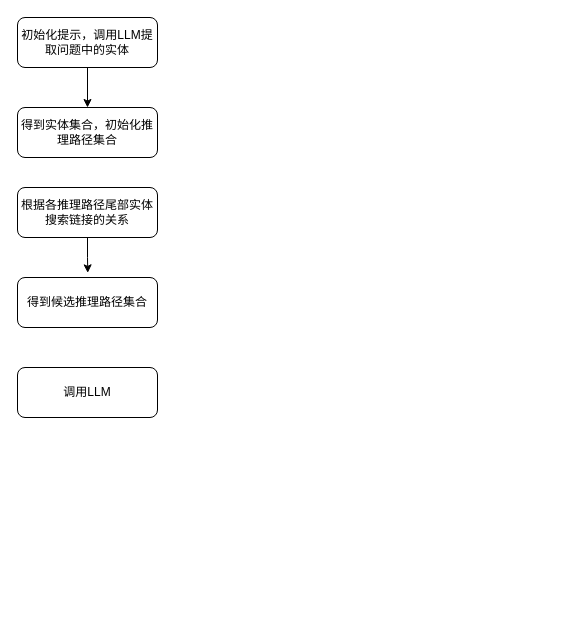
This is page "第 2 页" (2 of 2) of 航电专利1.drawio from fydgmy/jubilant-potato, a draw.io file, before an edit. Source tidied: cells renumbered, new cells numbered last; positions are measured from the earlier drawing's top-left corner, leaving out a move shared by most shapes. Both pictures are drawn from the tidied source at 100%, with x=0, y=0 at pixel (17, 17).
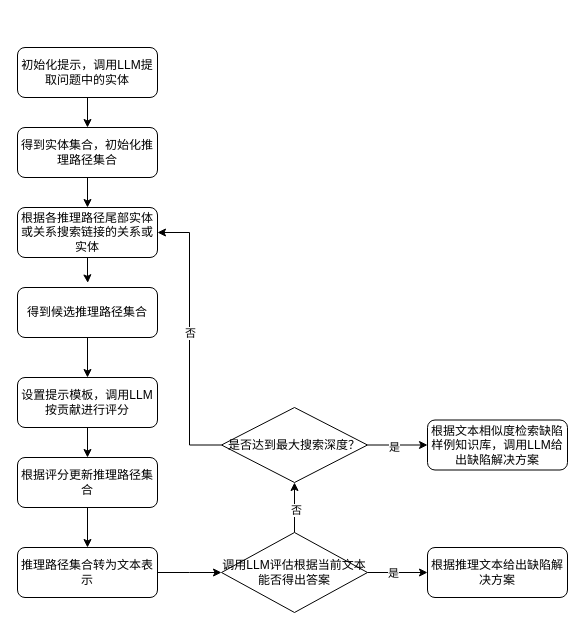
The same page after the edit.

Commit message:
更新航电专利1.drawio

Change to the diagram source:
```diff
@@
     <mxCell id="3" value="初始化提示，调用LLM提取问题中的实体" style="rounded=1;whiteSpace=wrap;html=1;fontSize=12;glass=0;strokeWidth=1;shadow=0;" parent="1" vertex="1">
-      <mxGeometry width="140" height="50" as="geometry" />
+      <mxGeometry y="30" width="140" height="50" as="geometry" />
     </mxCell>
+    <mxCell id="9" style="edgeStyle=orthogonalEdgeStyle;rounded=0;jettySize=auto;html=1;entryX=0.5;entryY=0;entryDx=0;entryDy=0;" parent="1" edge="1" source="4" target="5">
+      <mxGeometry relative="1" as="geometry" />
+    </mxCell>
     <mxCell id="4" value="得到实体集合，初始化推理路径集合" style="rounded=1;whiteSpace=wrap;html=1;fontSize=12;glass=0;strokeWidth=1;shadow=0;" parent="1" vertex="1">
-      <mxGeometry y="90" width="140" height="50" as="geometry" />
+      <mxGeometry y="110" width="140" height="50" as="geometry" />
     </mxCell>
-    <mxCell id="5" value="根据各推理路径尾部实体搜索链接的关系" style="rounded=1;whiteSpace=wrap;html=1;fontSize=12;glass=0;strokeWidth=1;shadow=0;" parent="1" vertex="1">
-      <mxGeometry y="170" width="140" height="50" as="geometry" />
+    <mxCell id="5" value="根据各推理路径尾部实体或关系搜索链接的关系或实体" style="rounded=1;whiteSpace=wrap;html=1;fontSize=12;glass=0;strokeWidth=1;shadow=0;" parent="1" vertex="1">
+      <mxGeometry y="190" width="140" height="50" as="geometry" />
     </mxCell>
+    <mxCell id="10" style="edgeStyle=orthogonalEdgeStyle;rounded=0;jettySize=auto;html=1;entryX=0.5;entryY=0;entryDx=0;entryDy=0;" parent="1" edge="1" source="6" target="8">
+      <mxGeometry relative="1" as="geometry" />
+    </mxCell>
     <mxCell id="6" value="得到候选推理路径集合" style="rounded=1;whiteSpace=wrap;html=1;fontSize=12;glass=0;strokeWidth=1;shadow=0;" parent="1" vertex="1">
-      <mxGeometry y="260" width="140" height="50" as="geometry" />
+      <mxGeometry y="270" width="140" height="50" as="geometry" />
     </mxCell>
@@
+    <mxCell id="11" style="edgeStyle=orthogonalEdgeStyle;rounded=0;jettySize=auto;html=1;entryX=0.5;entryY=0;entryDx=0;entryDy=0;" parent="1" edge="1" source="8" target="13">
+      <mxGeometry relative="1" as="geometry" />
+    </mxCell>
-    <mxCell id="8" value="调用LLM" style="rounded=1;whiteSpace=wrap;html=1;fontSize=12;glass=0;strokeWidth=1;shadow=0;" parent="1" vertex="1">
-      <mxGeometry y="350" width="140" height="50" as="geometry" />
+    <mxCell id="8" value="设置提示模板，调用LLM按贡献进行评分" style="rounded=1;whiteSpace=wrap;html=1;fontSize=12;glass=0;strokeWidth=1;shadow=0;" parent="1" vertex="1">
+      <mxGeometry y="360" width="140" height="50" as="geometry" />
     </mxCell>
+    <mxCell id="12" style="edgeStyle=orthogonalEdgeStyle;rounded=0;jettySize=auto;html=1;entryX=0.5;entryY=0;entryDx=0;entryDy=0;" parent="1" edge="1" source="13" target="15">
+      <mxGeometry relative="1" as="geometry" />
+    </mxCell>
+    <mxCell id="13" value="根据评分更新推理路径集合" style="rounded=1;whiteSpace=wrap;html=1;fontSize=12;glass=0;strokeWidth=1;shadow=0;" parent="1" vertex="1">
+      <mxGeometry y="440" width="140" height="50" as="geometry" />
+    </mxCell>
+    <mxCell id="14" style="edgeStyle=orthogonalEdgeStyle;rounded=0;jettySize=auto;html=1;exitX=1;exitY=0.5;exitDx=0;exitDy=0;entryX=0;entryY=0.5;entryDx=0;entryDy=0;" parent="1" edge="1" source="15">
+      <mxGeometry relative="1" as="geometry">
+        <mxPoint x="204" y="555" as="targetPoint" />
+      </mxGeometry>
+    </mxCell>
+    <mxCell id="15" value="推理路径集合转为文本表示" style="rounded=1;whiteSpace=wrap;html=1;fontSize=12;glass=0;strokeWidth=1;shadow=0;" parent="1" vertex="1">
+      <mxGeometry y="530" width="140" height="50" as="geometry" />
+    </mxCell>
+    <mxCell id="16" style="edgeStyle=orthogonalEdgeStyle;rounded=0;jettySize=auto;html=1;exitX=0.5;exitY=0;exitDx=0;exitDy=0;entryX=0.5;entryY=1;entryDx=0;entryDy=0;" parent="1" edge="1" source="20" target="25">
+      <mxGeometry relative="1" as="geometry" />
+    </mxCell>
+    <mxCell id="17" value="否" style="edgeLabel;html=1;align=center;verticalAlign=middle;" parent="16" vertex="1">
+      <mxGeometry x="-0.1" y="-1" relative="1" as="geometry" />
+    </mxCell>
+    <mxCell id="18" style="edgeStyle=orthogonalEdgeStyle;rounded=0;jettySize=auto;html=1;entryX=0;entryY=0.5;entryDx=0;entryDy=0;" parent="1" edge="1" source="20" target="26">
+      <mxGeometry relative="1" as="geometry" />
+    </mxCell>
+    <mxCell id="19" value="是" style="edgeLabel;html=1;align=center;verticalAlign=middle;" parent="18" vertex="1">
+      <mxGeometry x="-0.17" relative="1" as="geometry" />
+    </mxCell>
+    <mxCell id="20" value="调用LLM评估根据当前文本能否得出答案" style="rhombus;whiteSpace=wrap;html=1;" parent="1" vertex="1">
+      <mxGeometry x="204" y="515" width="146" height="80" as="geometry" />
+    </mxCell>
+    <mxCell id="21" style="edgeStyle=orthogonalEdgeStyle;rounded=0;jettySize=auto;html=1;entryX=1;entryY=0.5;entryDx=0;entryDy=0;" parent="1" edge="1" source="25" target="5">
+      <mxGeometry relative="1" as="geometry" />
+    </mxCell>
+    <mxCell id="22" value="否" style="edgeLabel;html=1;align=center;verticalAlign=middle;" parent="21" vertex="1">
+      <mxGeometry x="0.04" relative="1" as="geometry" />
+    </mxCell>
+    <mxCell id="23" style="edgeStyle=orthogonalEdgeStyle;rounded=0;jettySize=auto;html=1;entryX=0;entryY=0.5;entryDx=0;entryDy=0;" parent="1" edge="1" source="25" target="27">
+      <mxGeometry relative="1" as="geometry" />
+    </mxCell>
+    <mxCell id="24" value="是" style="edgeLabel;html=1;align=center;verticalAlign=middle;" parent="23" vertex="1">
+      <mxGeometry x="-0.14" y="-2" relative="1" as="geometry" />
+    </mxCell>
+    <mxCell id="25" value="是否达到最大搜索深度？" style="rhombus;whiteSpace=wrap;html=1;" parent="1" vertex="1">
+      <mxGeometry x="204" y="390" width="146" height="75" as="geometry" />
+    </mxCell>
+    <mxCell id="26" value="根据推理文本给出缺陷解决方案" style="rounded=1;whiteSpace=wrap;html=1;fontSize=12;glass=0;strokeWidth=1;shadow=0;" parent="1" vertex="1">
+      <mxGeometry x="410" y="530" width="140" height="50" as="geometry" />
+    </mxCell>
+    <mxCell id="27" value="根据文本相似度检索缺陷样例知识库，调用LLM给出缺陷解决方案" style="rounded=1;whiteSpace=wrap;html=1;fontSize=12;glass=0;strokeWidth=1;shadow=0;" parent="1" vertex="1">
+      <mxGeometry x="410" y="402.5" width="140" height="50" as="geometry" />
+    </mxCell>
```
